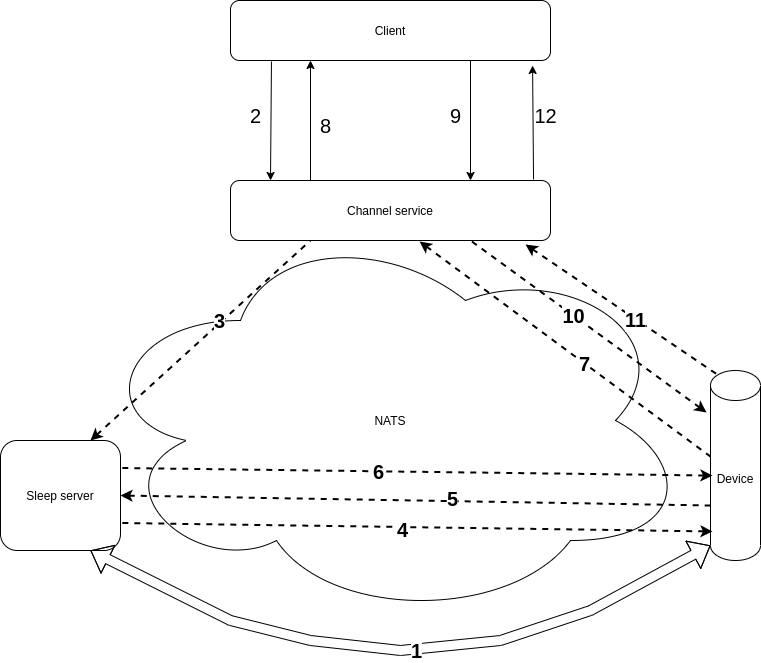
Earlier version of the draw.io export ccv2_diagram.png (pejovski/device-channel). Source tidied: cells renumbered, new cells last; positions are measured from the earlier drawing's top-left corner, leaving out a move shared by most shapes.
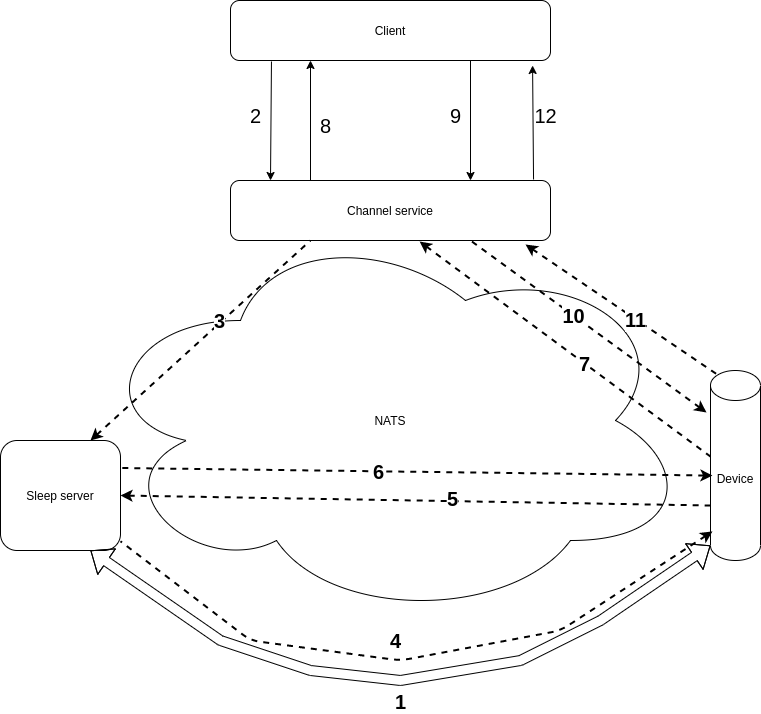
The same diagram one commit later.

Change to the diagram source:
```diff
@@ -17,17 +17,17 @@
     <mxCell id="6" style="shape=flexArrow;endArrow=classic;startArrow=classic;html=1;entryX=0;entryY=1;entryDx=0;entryDy=-15;entryPerimeter=0;exitX=0.75;exitY=1;exitDx=0;exitDy=0;" parent="1" edge="1" source="4" target="5">
       <mxGeometry relative="1" as="geometry">
         <Array as="points">
-          <mxPoint x="230" y="620" />
-          <mxPoint x="310" y="640" />
-          <mxPoint x="400" y="650" />
-          <mxPoint x="500" y="640" />
-          <mxPoint x="590" y="610" />
+          <mxPoint x="220" y="640" />
+          <mxPoint x="310" y="670" />
+          <mxPoint x="400" y="680" />
+          <mxPoint x="520" y="660" />
+          <mxPoint x="600" y="620" />
         </Array>
       </mxGeometry>
     </mxCell>
     <mxCell id="7" value="1" style="edgeLabel;html=1;align=center;verticalAlign=middle;fontSize=20;fontStyle=1;" parent="6" vertex="1">
       <mxGeometry x="0.04" relative="1" as="geometry">
-        <mxPoint y="1" as="offset" />
+        <mxPoint x="-14.3" y="22.4" as="offset" />
       </mxGeometry>
     </mxCell>
     <mxCell id="8" style="endArrow=none;dashed=1;html=1;strokeWidth=2;startArrow=classic;startFill=1;entryX=0.25;entryY=1;entryDx=0;entryDy=0;exitX=0.75;exitY=0;exitDx=0;exitDy=0;" parent="1" edge="1" source="4" target="2">
@@ -36,11 +36,19 @@
     <mxCell id="9" value="3" style="edgeLabel;html=1;align=center;verticalAlign=middle;fontSize=20;fontStyle=1;" parent="8" vertex="1">
       <mxGeometry x="0.18" y="3" relative="1" as="geometry" />
     </mxCell>
-    <mxCell id="10" style="endArrow=none;dashed=1;html=1;strokeWidth=2;startArrow=classic;startFill=1;entryX=1;entryY=0.75;entryDx=0;entryDy=0;exitX=0.04;exitY=0.847;exitDx=0;exitDy=0;exitPerimeter=0;" parent="1" edge="1" source="5" target="4">
-      <mxGeometry relative="1" as="geometry" />
+    <mxCell id="10" style="endArrow=none;dashed=1;html=1;strokeWidth=2;startArrow=classic;startFill=1;exitX=0.04;exitY=0.847;exitDx=0;exitDy=0;exitPerimeter=0;" parent="1" edge="1" source="5" target="4">
+      <mxGeometry relative="1" as="geometry">
+        <Array as="points">
+          <mxPoint x="560" y="630" />
+          <mxPoint x="400" y="660" />
+          <mxPoint x="250" y="640" />
+        </Array>
+      </mxGeometry>
     </mxCell>
     <mxCell id="11" value="4" style="edgeLabel;html=1;align=center;verticalAlign=middle;fontSize=20;fontStyle=1;" parent="10" vertex="1">
-      <mxGeometry x="0.05" y="2" relative="1" as="geometry" />
+      <mxGeometry x="0.05" y="2" relative="1" as="geometry">
+        <mxPoint x="-3" y="-21.8" as="offset" />
+      </mxGeometry>
     </mxCell>
     <mxCell id="12" style="endArrow=none;dashed=1;html=1;strokeWidth=2;startArrow=classic;startFill=1;entryX=0;entryY=0;entryDx=0;entryDy=135;entryPerimeter=0;exitX=1;exitY=0.5;exitDx=0;exitDy=0;" parent="1" edge="1" source="4" target="5">
       <mxGeometry relative="1" as="geometry" />
```
